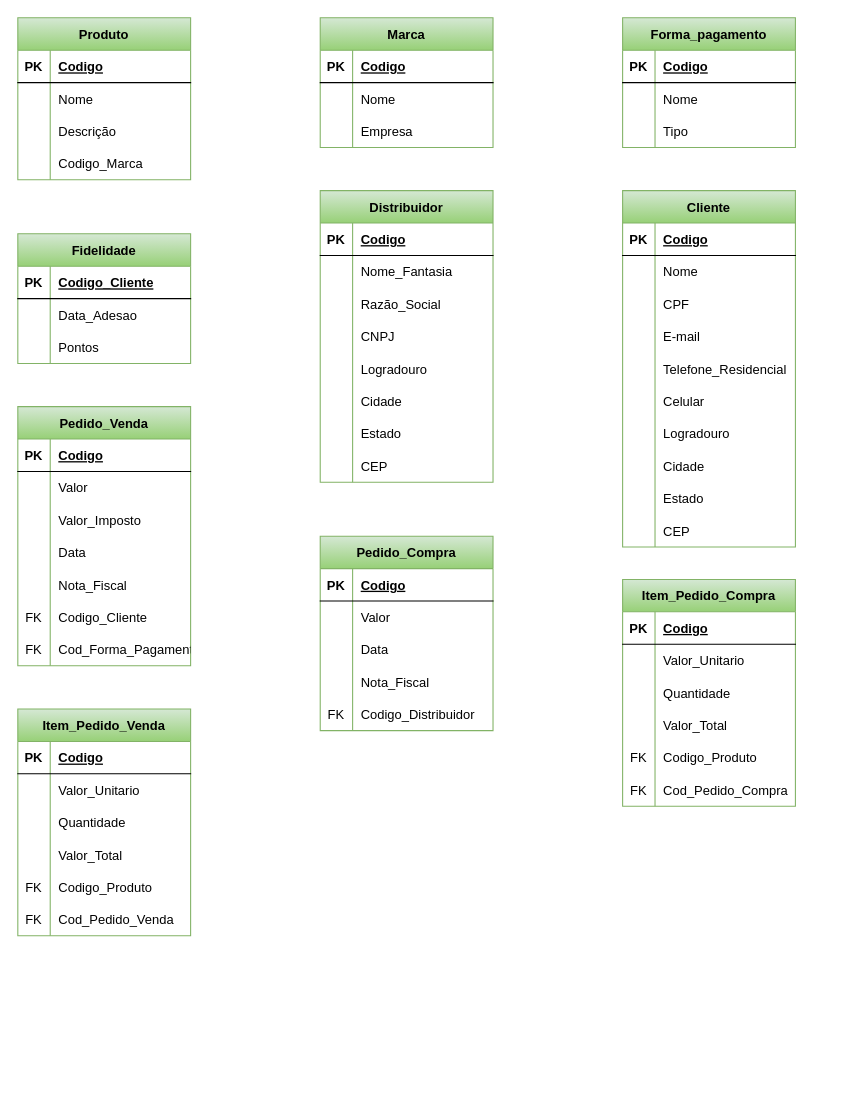
Before: Der.drawio in diegohfcelestino/arquitetura, a draw.io diagram. Source tidied: cells renumbered, new cells numbered last; positions are measured from the earlier drawing's top-left corner, leaving out a move shared by most shapes. Both pictures are drawn from the tidied source at 108%, with x=0, y=0 at pixel (17, 17).
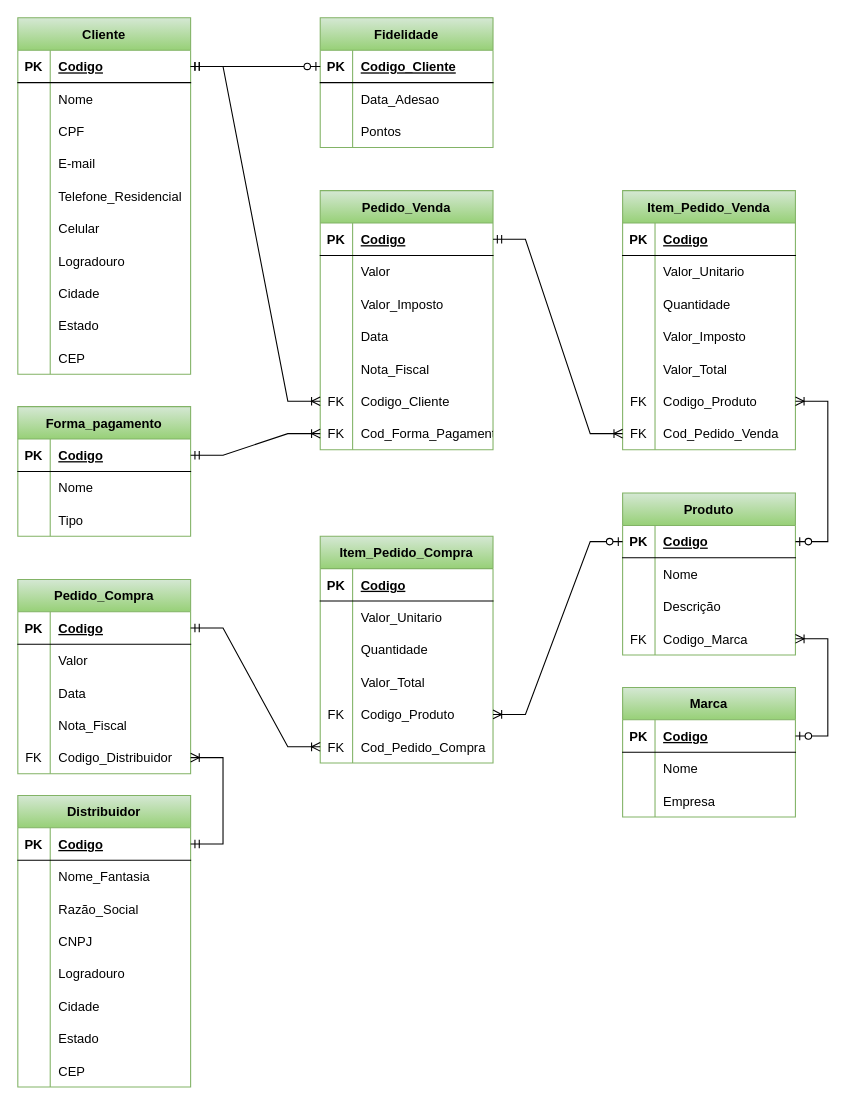
The same page after the edit.

Unchanged cells that the change refers to:
```xml
<mxCell id="3" style="shape=tableRow;horizontal=0;startSize=0;swimlaneHead=0;swimlaneBody=0;fillColor=none;points=[[0,0.5],[1,0.5]];portConstraint=eastwest;top=0;left=0;right=0;bottom=1;" parent="2" vertex="1">
  <mxGeometry y="30" width="160" height="30" as="geometry" />
</mxCell>
<mxCell id="12" style="shape=tableRow;horizontal=0;startSize=0;swimlaneHead=0;swimlaneBody=0;fillColor=none;points=[[0,0.5],[1,0.5]];portConstraint=eastwest;top=0;left=0;right=0;bottom=0;" parent="2" vertex="1">
  <mxGeometry y="120" width="160" height="30" as="geometry" />
</mxCell>
<mxCell id="16" style="shape=tableRow;horizontal=0;startSize=0;swimlaneHead=0;swimlaneBody=0;fillColor=none;points=[[0,0.5],[1,0.5]];portConstraint=eastwest;top=0;left=0;right=0;bottom=1;" parent="15" vertex="1">
  <mxGeometry y="30" width="160" height="30" as="geometry" />
</mxCell>
<mxCell id="26" style="shape=tableRow;horizontal=0;startSize=0;swimlaneHead=0;swimlaneBody=0;fillColor=none;points=[[0,0.5],[1,0.5]];portConstraint=eastwest;top=0;left=0;right=0;bottom=1;" parent="25" vertex="1">
  <mxGeometry y="30" width="160" height="30" as="geometry" />
</mxCell>
<mxCell id="57" style="shape=tableRow;horizontal=0;startSize=0;swimlaneHead=0;swimlaneBody=0;fillColor=none;points=[[0,0.5],[1,0.5]];portConstraint=eastwest;top=0;left=0;right=0;bottom=1;" parent="56" vertex="1">
  <mxGeometry y="30" width="160" height="30" as="geometry" />
</mxCell>
<mxCell id="67" style="shape=tableRow;horizontal=0;startSize=0;swimlaneHead=0;swimlaneBody=0;fillColor=none;points=[[0,0.5],[1,0.5]];portConstraint=eastwest;top=0;left=0;right=0;bottom=1;" parent="66" vertex="1">
  <mxGeometry y="30" width="160" height="30" as="geometry" />
</mxCell>
<mxCell id="77" style="shape=tableRow;horizontal=0;startSize=0;swimlaneHead=0;swimlaneBody=0;fillColor=none;points=[[0,0.5],[1,0.5]];portConstraint=eastwest;top=0;left=0;right=0;bottom=1;" parent="76" vertex="1">
  <mxGeometry y="30" width="160" height="30" as="geometry" />
</mxCell>
<mxCell id="102" style="shape=tableRow;horizontal=0;startSize=0;swimlaneHead=0;swimlaneBody=0;fillColor=none;points=[[0,0.5],[1,0.5]];portConstraint=eastwest;top=0;left=0;right=0;bottom=1;" parent="101" vertex="1">
  <mxGeometry y="30" width="160" height="30" as="geometry" />
</mxCell>
<mxCell id="117" style="shape=tableRow;horizontal=0;startSize=0;swimlaneHead=0;swimlaneBody=0;fillColor=none;points=[[0,0.5],[1,0.5]];portConstraint=eastwest;top=0;left=0;right=0;bottom=0;" parent="101" vertex="1">
  <mxGeometry y="180" width="160" height="30" as="geometry" />
</mxCell>
<mxCell id="120" style="shape=tableRow;horizontal=0;startSize=0;swimlaneHead=0;swimlaneBody=0;fillColor=none;points=[[0,0.5],[1,0.5]];portConstraint=eastwest;top=0;left=0;right=0;bottom=0;" parent="101" vertex="1">
  <mxGeometry y="210" width="160" height="30" as="geometry" />
</mxCell>
<mxCell id="124" style="shape=tableRow;horizontal=0;startSize=0;swimlaneHead=0;swimlaneBody=0;fillColor=none;points=[[0,0.5],[1,0.5]];portConstraint=eastwest;top=0;left=0;right=0;bottom=1;" parent="123" vertex="1">
  <mxGeometry y="30" width="160" height="30" as="geometry" />
</mxCell>
<mxCell id="136" style="shape=tableRow;horizontal=0;startSize=0;swimlaneHead=0;swimlaneBody=0;fillColor=none;points=[[0,0.5],[1,0.5]];portConstraint=eastwest;top=0;left=0;right=0;bottom=0;" parent="123" vertex="1">
  <mxGeometry y="150" width="160" height="30" as="geometry" />
</mxCell>
<mxCell id="152" style="shape=tableRow;horizontal=0;startSize=0;swimlaneHead=0;swimlaneBody=0;fillColor=none;points=[[0,0.5],[1,0.5]];portConstraint=eastwest;top=0;left=0;right=0;bottom=0;" parent="139" vertex="1">
  <mxGeometry y="150" width="160" height="30" as="geometry" />
</mxCell>
<mxCell id="155" style="shape=tableRow;horizontal=0;startSize=0;swimlaneHead=0;swimlaneBody=0;fillColor=none;points=[[0,0.5],[1,0.5]];portConstraint=eastwest;top=0;left=0;right=0;bottom=0;" parent="139" vertex="1">
  <mxGeometry y="180" width="160" height="30" as="geometry" />
</mxCell>
<mxCell id="168" style="shape=tableRow;horizontal=0;startSize=0;swimlaneHead=0;swimlaneBody=0;fillColor=none;top=0;left=0;right=0;bottom=0;" parent="158" vertex="1">
  <mxGeometry y="120" width="160" height="30" as="geometry" />
</mxCell>
```

What changed in the source:
```diff
@@
     <mxCell id="2" value="Produto" style="shape=table;startSize=30;childLayout=tableLayout;rowLines=0;fontStyle=1;align=center;fillColor=#d5e8d4;strokeColor=#82b366;gradientColor=#97d077;" parent="1" vertex="1">
-      <mxGeometry width="160" height="150" as="geometry" />
+      <mxGeometry x="560" y="440" width="160" height="150" as="geometry" />
     </mxCell>
@@
-    <mxCell id="13" style="shape=partialRectangle;fillColor=none;top=0;left=0;bottom=0;right=0;overflow=hidden;" parent="12" vertex="1">
+    <mxCell id="13" value="FK" style="shape=partialRectangle;fillColor=none;top=0;left=0;bottom=0;right=0;overflow=hidden;" parent="12" vertex="1">
       <mxGeometry width="30" height="30" as="geometry" />
     </mxCell>
@@
     <mxCell id="15" value="Marca" style="shape=table;startSize=30;childLayout=tableLayout;rowLines=0;fontStyle=1;align=center;fillColor=#d5e8d4;strokeColor=#82b366;gradientColor=#97d077;" parent="1" vertex="1">
-      <mxGeometry x="280" width="160" height="120" as="geometry" />
+      <mxGeometry x="560" y="620" width="160" height="120" as="geometry" />
     </mxCell>
@@
     <mxCell id="25" value="Cliente" style="shape=table;startSize=30;childLayout=tableLayout;rowLines=0;fontStyle=1;align=center;fillColor=#d5e8d4;strokeColor=#82b366;gradientColor=#97d077;" parent="1" vertex="1">
-      <mxGeometry x="560" y="160" width="160" height="330" as="geometry" />
+      <mxGeometry width="160" height="330" as="geometry" />
     </mxCell>
@@
     <mxCell id="56" value="Forma_pagamento" style="shape=table;startSize=30;childLayout=tableLayout;rowLines=0;fontStyle=1;align=center;fillColor=#d5e8d4;strokeColor=#82b366;gradientColor=#97d077;" parent="1" vertex="1">
-      <mxGeometry x="560" width="160" height="120" as="geometry" />
+      <mxGeometry y="360" width="160" height="120" as="geometry" />
     </mxCell>
@@
     <mxCell id="66" value="Fidelidade" style="shape=table;startSize=30;childLayout=tableLayout;rowLines=0;fontStyle=1;align=center;fillColor=#d5e8d4;strokeColor=#82b366;gradientColor=#97d077;" parent="1" vertex="1">
-      <mxGeometry y="200" width="160" height="120" as="geometry" />
+      <mxGeometry x="280" width="160" height="120" as="geometry" />
     </mxCell>
@@
     <mxCell id="76" value="Distribuidor" style="shape=table;startSize=30;childLayout=tableLayout;rowLines=0;fontStyle=1;align=center;fillColor=#d5e8d4;strokeColor=#82b366;gradientColor=#97d077;" parent="1" vertex="1">
-      <mxGeometry x="280" y="160" width="160" height="270" as="geometry" />
+      <mxGeometry y="720" width="160" height="270" as="geometry" />
     </mxCell>
@@
     <mxCell id="101" value="Pedido_Venda" style="shape=table;startSize=30;childLayout=tableLayout;rowLines=0;fontStyle=1;align=center;fillColor=#d5e8d4;strokeColor=#82b366;gradientColor=#97d077;" parent="1" vertex="1">
-      <mxGeometry y="360" width="160" height="240" as="geometry" />
+      <mxGeometry x="280" y="160" width="160" height="240" as="geometry" />
     </mxCell>
@@
     <mxCell id="123" value="Pedido_Compra" style="shape=table;startSize=30;childLayout=tableLayout;rowLines=0;fontStyle=1;align=center;fillColor=#d5e8d4;strokeColor=#82b366;gradientColor=#97d077;" parent="1" vertex="1">
-      <mxGeometry x="280" y="480" width="160" height="180" as="geometry" />
+      <mxGeometry y="520" width="160" height="180" as="geometry" />
     </mxCell>
@@
     <mxCell id="139" value="Item_Pedido_Compra" style="shape=table;startSize=30;childLayout=tableLayout;rowLines=0;fontStyle=1;align=center;fillColor=#d5e8d4;strokeColor=#82b366;gradientColor=#97d077;" parent="1" vertex="1">
-      <mxGeometry x="560" y="520" width="160" height="210" as="geometry" />
+      <mxGeometry x="280" y="480" width="160" height="210" as="geometry" />
     </mxCell>
@@
     <mxCell id="158" value="Item_Pedido_Venda" style="shape=table;startSize=30;childLayout=tableLayout;rowLines=0;fontStyle=1;align=center;fillColor=#d5e8d4;strokeColor=#82b366;gradientColor=#97d077;" parent="1" vertex="1">
-      <mxGeometry y="640" width="160" height="210" as="geometry" />
+      <mxGeometry x="560" y="160" width="160" height="240" as="geometry" />
     </mxCell>
@@
-    <mxCell id="170" value="Valor_Total" style="shape=partialRectangle;fillColor=none;top=0;left=0;bottom=0;right=0;align=left;spacingLeft=6;overflow=hidden;" parent="168" vertex="1">
+    <mxCell id="170" value="Valor_Imposto" style="shape=partialRectangle;fillColor=none;top=0;left=0;bottom=0;right=0;align=left;spacingLeft=6;overflow=hidden;" parent="168" vertex="1">
       <mxGeometry x="30" width="130" height="30" as="geometry" />
     </mxCell>
+    <mxCell id="177" style="shape=tableRow;horizontal=0;startSize=0;swimlaneHead=0;swimlaneBody=0;fillColor=none;top=0;left=0;right=0;bottom=0;" parent="158" vertex="1">
+      <mxGeometry y="150" width="160" height="30" as="geometry" />
+    </mxCell>
+    <mxCell id="178" style="shape=partialRectangle;fillColor=none;top=0;left=0;bottom=0;right=0;overflow=hidden;" parent="177" vertex="1">
+      <mxGeometry width="30" height="30" as="geometry" />
+    </mxCell>
+    <mxCell id="179" value="Valor_Total" style="shape=partialRectangle;fillColor=none;top=0;left=0;bottom=0;right=0;align=left;spacingLeft=6;overflow=hidden;" parent="177" vertex="1">
+      <mxGeometry x="30" width="130" height="30" as="geometry" />
+    </mxCell>
     <mxCell id="171" style="shape=tableRow;horizontal=0;startSize=0;swimlaneHead=0;swimlaneBody=0;fillColor=none;points=[[0,0.5],[1,0.5]];portConstraint=eastwest;top=0;left=0;right=0;bottom=0;" parent="158" vertex="1">
-      <mxGeometry y="150" width="160" height="30" as="geometry" />
+      <mxGeometry y="180" width="160" height="30" as="geometry" />
     </mxCell>
@@
     <mxCell id="174" style="shape=tableRow;horizontal=0;startSize=0;swimlaneHead=0;swimlaneBody=0;fillColor=none;points=[[0,0.5],[1,0.5]];portConstraint=eastwest;top=0;left=0;right=0;bottom=0;" parent="158" vertex="1">
-      <mxGeometry y="180" width="160" height="30" as="geometry" />
+      <mxGeometry y="210" width="160" height="30" as="geometry" />
     </mxCell>
@@
+    <mxCell id="180" style="edgeStyle=entityRelationEdgeStyle;fontSize=12;html=1;endArrow=ERzeroToOne;startArrow=ERmandOne;rounded=0;entryX=0;entryY=0.5;entryDx=0;entryDy=0;exitX=1;exitY=0.5;exitDx=0;exitDy=0;" parent="1" edge="1" source="26" target="67">
+      <mxGeometry relative="1" as="geometry" />
+    </mxCell>
+    <mxCell id="181" style="edgeStyle=entityRelationEdgeStyle;fontSize=12;html=1;endArrow=ERoneToMany;startArrow=ERmandOne;rounded=0;exitX=1;exitY=0.5;exitDx=0;exitDy=0;entryX=0;entryY=0.5;entryDx=0;entryDy=0;" parent="1" edge="1" source="26" target="117">
+      <mxGeometry relative="1" as="geometry" />
+    </mxCell>
+    <mxCell id="182" style="edgeStyle=entityRelationEdgeStyle;fontSize=12;html=1;endArrow=ERoneToMany;startArrow=ERmandOne;rounded=0;exitX=1;exitY=0.5;exitDx=0;exitDy=0;entryX=0;entryY=0.5;entryDx=0;entryDy=0;" parent="1" edge="1" source="57" target="120">
+      <mxGeometry relative="1" as="geometry" />
+    </mxCell>
+    <mxCell id="183" style="edgeStyle=entityRelationEdgeStyle;fontSize=12;html=1;endArrow=ERoneToMany;startArrow=ERmandOne;rounded=0;exitX=1;exitY=0.5;exitDx=0;exitDy=0;entryX=0;entryY=0.5;entryDx=0;entryDy=0;" parent="1" edge="1" source="102" target="174">
+      <mxGeometry relative="1" as="geometry" />
+    </mxCell>
+    <mxCell id="184" style="edgeStyle=entityRelationEdgeStyle;fontSize=12;html=1;endArrow=ERoneToMany;startArrow=ERzeroToOne;rounded=0;entryX=1;entryY=0.5;entryDx=0;entryDy=0;exitX=1;exitY=0.5;exitDx=0;exitDy=0;" parent="1" edge="1" source="3" target="171">
+      <mxGeometry relative="1" as="geometry" />
+    </mxCell>
+    <mxCell id="185" style="edgeStyle=entityRelationEdgeStyle;fontSize=12;html=1;endArrow=ERoneToMany;startArrow=ERzeroToOne;rounded=0;entryX=1;entryY=0.5;entryDx=0;entryDy=0;exitX=1;exitY=0.5;exitDx=0;exitDy=0;" parent="1" edge="1" source="16" target="12">
+      <mxGeometry relative="1" as="geometry" />
+    </mxCell>
+    <mxCell id="186" style="edgeStyle=entityRelationEdgeStyle;fontSize=12;html=1;endArrow=ERoneToMany;startArrow=ERzeroToOne;rounded=0;entryX=1;entryY=0.5;entryDx=0;entryDy=0;exitX=0;exitY=0.5;exitDx=0;exitDy=0;" parent="1" edge="1" source="3" target="152">
+      <mxGeometry relative="1" as="geometry" />
+    </mxCell>
+    <mxCell id="187" style="edgeStyle=entityRelationEdgeStyle;fontSize=12;html=1;endArrow=ERoneToMany;startArrow=ERmandOne;rounded=0;exitX=1;exitY=0.5;exitDx=0;exitDy=0;entryX=0;entryY=0.5;entryDx=0;entryDy=0;" parent="1" edge="1" source="124" target="155">
+      <mxGeometry relative="1" as="geometry" />
+    </mxCell>
+    <mxCell id="188" style="edgeStyle=entityRelationEdgeStyle;fontSize=12;html=1;endArrow=ERoneToMany;startArrow=ERmandOne;rounded=0;exitX=1;exitY=0.5;exitDx=0;exitDy=0;entryX=1;entryY=0.5;entryDx=0;entryDy=0;" parent="1" edge="1" source="77" target="136">
+      <mxGeometry relative="1" as="geometry" />
+    </mxCell>
```
